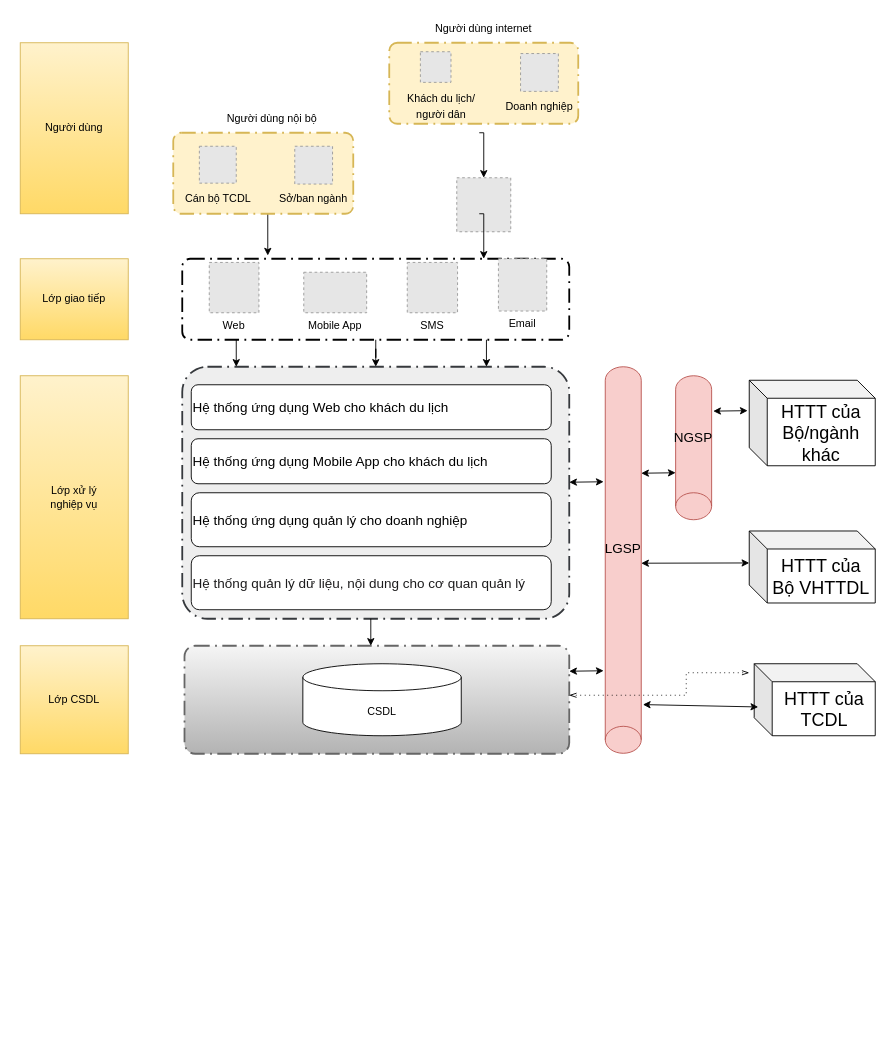
letheanh12345/Draw-io keeps this draw.io diagram as page "DU_LICH_THONG_MINH" (4 of 5) of tcdl.drawio. Above is the earlier version. Source tidied: cells renumbered, new cells numbered last; positions are measured from the earlier drawing's top-left corner, leaving out a move shared by most shapes. Both pictures are drawn from the tidied source at 90%, with x=0, y=0 at pixel (20, 15). Pictures stored in the file or linked from it are replaced by grey dashed boxes.
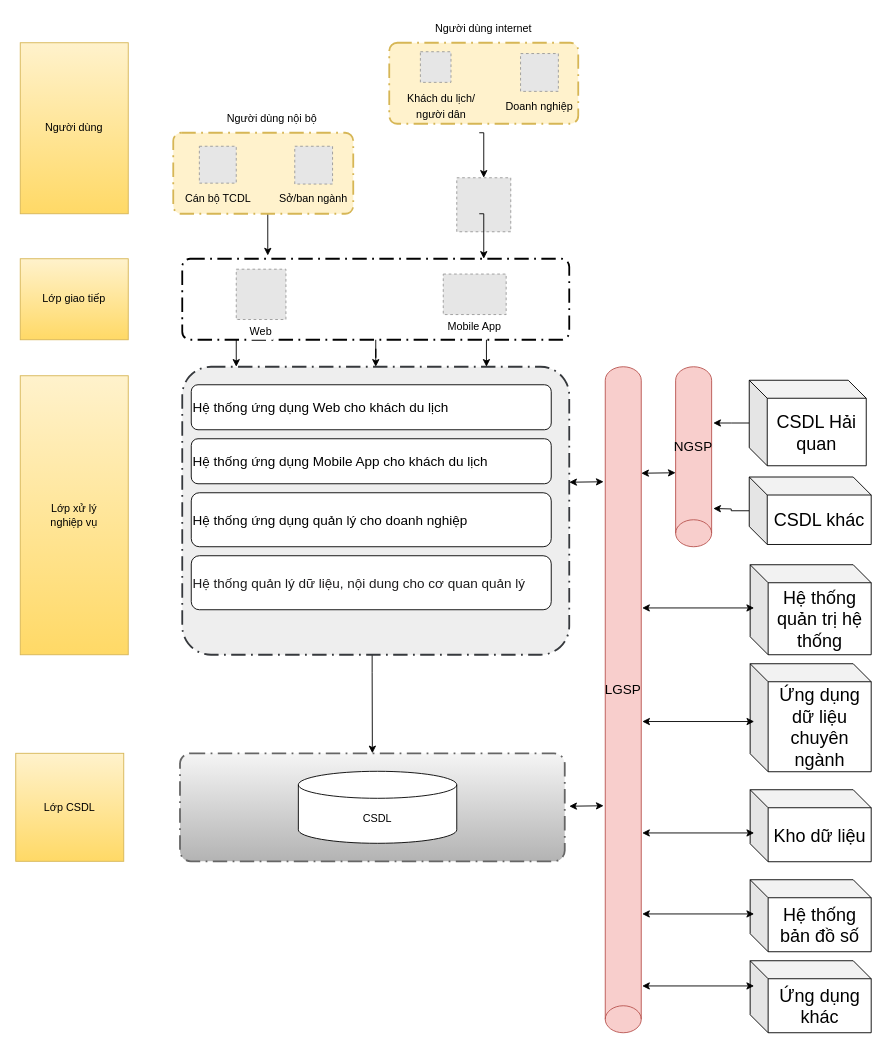
The same page after the edit.

What changed in the source:
```diff
@@
     <mxCell id="4" value="Web" style="fillColor=#E6E6E6;strokeColor=#999999;dashed=1;verticalLabelPosition=bottom;labelBackgroundColor=default;verticalAlign=top;" parent="1" vertex="1">
-      <mxGeometry x="210" y="274.1" width="55.2" height="55.9" as="geometry" />
+      <mxGeometry x="240" y="281.6" width="55.2" height="55.9" as="geometry" />
     </mxCell>
-    <mxCell id="5" value="SMS" style="fillColor=#E6E6E6;strokeColor=#999999;dashed=1;verticalLabelPosition=bottom;labelBackgroundColor=default;verticalAlign=top;" parent="1" vertex="1">
-      <mxGeometry x="430" y="274.1" width="55.9" height="55.9" as="geometry" />
-    </mxCell>
-    <mxCell id="6" value="Email" style="fillColor=#E6E6E6;strokeColor=#999999;dashed=1;verticalLabelPosition=bottom;labelBackgroundColor=default;verticalAlign=top;" parent="1" vertex="1">
-      <mxGeometry x="531.3" y="270" width="53.7" height="58.1" as="geometry" />
-    </mxCell>
@@
+    <mxCell id="50" style="edgeStyle=orthogonalEdgeStyle;rounded=0;jettySize=auto;html=1;entryX=0.5;entryY=0;entryDx=0;entryDy=0;entryPerimeter=0;" parent="1" edge="1" source="10" target="12">
+      <mxGeometry relative="1" as="geometry">
+        <Array as="points">
+          <mxPoint x="391" y="730" />
+          <mxPoint x="391" y="730" />
+        </Array>
+      </mxGeometry>
+    </mxCell>
     <mxCell id="10" style="points=[[0.25,0,0],[0.5,0,0],[0.75,0,0],[1,0.25,0],[1,0.5,0],[1,0.75,0],[0.75,1,0],[0.5,1,0],[0.25,1,0],[0,0.75,0],[0,0.5,0],[0,0.25,0]];rounded=1;arcSize=10;dashed=1;strokeColor=#36393d;fillColor=#eeeeee;dashPattern=8 3 1 3;strokeWidth=2;fontStyle=1;fontSize=20;" parent="1" vertex="1">
-      <mxGeometry x="180" y="390" width="430" height="280" as="geometry" />
+      <mxGeometry x="180" y="390" width="430" height="320" as="geometry" />
     </mxCell>
@@
     <mxCell id="12" style="points=[[0.25,0,0],[0.5,0,0],[0.75,0,0],[1,0.25,0],[1,0.5,0],[1,0.75,0],[0.75,1,0],[0.5,1,0],[0.25,1,0],[0,0.75,0],[0,0.5,0],[0,0.25,0]];rounded=1;arcSize=10;dashed=1;strokeColor=#666666;fillColor=#f5f5f5;gradientColor=#b3b3b3;dashPattern=8 3 1 3;strokeWidth=2;fontStyle=1;fontSize=20;" parent="1" vertex="1">
-      <mxGeometry x="182.5" y="700" width="427.5" height="120" as="geometry" />
+      <mxGeometry x="177.5" y="819.5" width="427.5" height="120" as="geometry" />
     </mxCell>
     <mxCell id="13" value="CSDL" style="shape=cylinder3;whiteSpace=wrap;html=1;boundedLbl=1;backgroundOutline=1;size=15;" parent="1" vertex="1">
-      <mxGeometry x="314" y="720" width="176" height="80" as="geometry" />
+      <mxGeometry x="309" y="839.5" width="176" height="80" as="geometry" />
     </mxCell>
@@
     <mxCell id="16" value="Lớp xử lý &lt;br&gt;nghiệp vụ" style="rounded=0;whiteSpace=wrap;html=1;fillColor=#fff2cc;gradientColor=#ffd966;strokeColor=#d6b656;" parent="1" vertex="1">
-      <mxGeometry y="400" width="120" height="270" as="geometry" />
+      <mxGeometry y="400" width="120" height="310" as="geometry" />
     </mxCell>
     <mxCell id="17" value="Lớp CSDL" style="rounded=0;whiteSpace=wrap;html=1;fillColor=#fff2cc;gradientColor=#ffd966;strokeColor=#d6b656;" parent="1" vertex="1">
-      <mxGeometry y="700" width="120" height="120" as="geometry" />
+      <mxGeometry x="-5" y="819.5" width="120" height="120" as="geometry" />
     </mxCell>
@@
-    <mxCell id="20" style="edgeStyle=orthogonalEdgeStyle;rounded=0;orthogonalLoop=1;jettySize=auto;html=1;entryX=0.5;entryY=0;entryDx=0;entryDy=0;entryPerimeter=0;" parent="1" edge="1">
-      <mxGeometry relative="1" as="geometry">
-        <mxPoint x="389.5" y="670" as="sourcePoint" />
-        <mxPoint x="389.5" y="700" as="targetPoint" />
-      </mxGeometry>
-    </mxCell>
@@
     <mxCell id="22" value="Mobile App" style="fillColor=#E6E6E6;strokeColor=#999999;dashed=1;verticalLabelPosition=bottom;labelBackgroundColor=default;verticalAlign=top;" parent="1" vertex="1">
-      <mxGeometry x="315" y="285" width="69.9" height="45" as="geometry" />
+      <mxGeometry x="470" y="287" width="69.9" height="45" as="geometry" />
     </mxCell>
@@
     <mxCell id="28" value="&lt;font style=&quot;font-size: 15px;&quot;&gt;LGSP&lt;/font&gt;" style="shape=cylinder3;whiteSpace=wrap;html=1;boundedLbl=1;backgroundOutline=1;size=15;direction=west;fillColor=#f8cecc;strokeColor=#b85450;" parent="1" vertex="1">
-      <mxGeometry x="650" y="390" width="40" height="429.5" as="geometry" />
+      <mxGeometry x="650" y="390" width="40" height="740" as="geometry" />
     </mxCell>
-    <mxCell id="29" value="HTTT của TCDL" style="shape=cube;whiteSpace=wrap;html=1;boundedLbl=1;backgroundOutline=1;darkOpacity=0.05;darkOpacity2=0.1;fontSize=20;" parent="1" vertex="1">
-      <mxGeometry x="815.5" y="720" width="134.5" height="80" as="geometry" />
-    </mxCell>
-    <mxCell id="30" value="HTTT của Bộ VHTTDL" style="shape=cube;whiteSpace=wrap;html=1;boundedLbl=1;backgroundOutline=1;darkOpacity=0.05;darkOpacity2=0.1;fontSize=20;" parent="1" vertex="1">
-      <mxGeometry x="810" y="572.5" width="140" height="80" as="geometry" />
-    </mxCell>
+    <mxCell id="51" style="edgeStyle=orthogonalEdgeStyle;rounded=0;jettySize=auto;html=1;" parent="1" edge="1" source="31">
+      <mxGeometry relative="1" as="geometry">
+        <mxPoint x="770" y="452.5" as="targetPoint" />
+      </mxGeometry>
+    </mxCell>
-    <mxCell id="31" value="HTTT của Bộ/ngành khác" style="shape=cube;whiteSpace=wrap;html=1;boundedLbl=1;backgroundOutline=1;darkOpacity=0.05;darkOpacity2=0.1;fontSize=20;" parent="1" vertex="1">
-      <mxGeometry x="810" y="405" width="140" height="95" as="geometry" />
+    <mxCell id="31" value="CSDL Hải quan" style="shape=cube;whiteSpace=wrap;html=1;boundedLbl=1;backgroundOutline=1;darkOpacity=0.05;darkOpacity2=0.1;fontSize=20;" parent="1" vertex="1">
+      <mxGeometry x="810" y="405" width="130" height="95" as="geometry" />
     </mxCell>
     <mxCell id="32" value="&lt;font style=&quot;font-size: 15px;&quot;&gt;NGSP&lt;/font&gt;" style="shape=cylinder3;whiteSpace=wrap;html=1;boundedLbl=1;backgroundOutline=1;size=15;direction=west;fillColor=#f8cecc;strokeColor=#b85450;" parent="1" vertex="1">
-      <mxGeometry x="728.2" y="400" width="40" height="160" as="geometry" />
+      <mxGeometry x="728.2" y="390" width="40" height="200" as="geometry" />
     </mxCell>
@@
-    <mxCell id="34" style="endArrow=classic;startArrow=classic;html=1;rounded=0;fontSize=20;exitX=-0.046;exitY=0.204;exitDx=0;exitDy=0;exitPerimeter=0;entryX=1;entryY=0.5;entryDx=0;entryDy=0;entryPerimeter=0;" parent="1" edge="1">
-      <mxGeometry relative="1" as="geometry">
-        <mxPoint x="770" y="439.3" as="sourcePoint" />
-        <mxPoint x="808.2" y="438.8" as="targetPoint" />
-      </mxGeometry>
-    </mxCell>
-    <mxCell id="35" style="endArrow=classic;startArrow=classic;html=1;rounded=0;fontSize=20;exitX=-0.046;exitY=0.204;exitDx=0;exitDy=0;exitPerimeter=0;" parent="1" edge="1">
-      <mxGeometry relative="1" as="geometry">
-        <mxPoint x="690" y="608.3" as="sourcePoint" />
-        <mxPoint x="810" y="608" as="targetPoint" />
-      </mxGeometry>
-    </mxCell>
-    <mxCell id="36" style="endArrow=classic;startArrow=classic;html=1;rounded=0;fontSize=20;exitX=-0.046;exitY=0.126;exitDx=0;exitDy=0;exitPerimeter=0;entryX=0.033;entryY=0.6;entryDx=0;entryDy=0;entryPerimeter=0;" parent="1" edge="1" source="28" target="29">
-      <mxGeometry relative="1" as="geometry" />
-    </mxCell>
-    <mxCell id="37" style="edgeStyle=elbowEdgeStyle;fontSize=12;html=1;endFill=0;startFill=0;endSize=6;startSize=6;dashed=1;dashPattern=1 4;endArrow=openThin;startArrow=openThin;rounded=0;exitX=1;exitY=0.5;exitDx=0;exitDy=0;exitPerimeter=0;" parent="1" edge="1">
-      <mxGeometry relative="1" as="geometry">
-        <mxPoint x="610" y="755" as="sourcePoint" />
-        <mxPoint x="810" y="730" as="targetPoint" />
-        <Array as="points">
-          <mxPoint x="740" y="740" />
-          <mxPoint x="638" y="1030" />
-        </Array>
-      </mxGeometry>
-    </mxCell>
@@
     <mxCell id="39" style="endArrow=classic;startArrow=classic;html=1;rounded=0;fontSize=20;exitX=-0.046;exitY=0.204;exitDx=0;exitDy=0;exitPerimeter=0;entryX=1;entryY=0.5;entryDx=0;entryDy=0;entryPerimeter=0;" parent="1" edge="1">
       <mxGeometry relative="1" as="geometry">
-        <mxPoint x="610" y="728.3" as="sourcePoint" />
-        <mxPoint x="648.2" y="727.8" as="targetPoint" />
+        <mxPoint x="610" y="878.3" as="sourcePoint" />
+        <mxPoint x="648.2" y="877.8" as="targetPoint" />
       </mxGeometry>
     </mxCell>
@@
+    <mxCell id="52" style="edgeStyle=orthogonalEdgeStyle;rounded=0;jettySize=auto;html=1;" parent="1" edge="1" source="53">
+      <mxGeometry relative="1" as="geometry">
+        <mxPoint x="770" y="547.5" as="targetPoint" />
+      </mxGeometry>
+    </mxCell>
+    <mxCell id="53" value="CSDL khác" style="shape=cube;whiteSpace=wrap;html=1;boundedLbl=1;backgroundOutline=1;darkOpacity=0.05;darkOpacity2=0.1;fontSize=20;" parent="1" vertex="1">
+      <mxGeometry x="810" y="512.5" width="135.5" height="75" as="geometry" />
+    </mxCell>
+    <mxCell id="54" value="Kho dữ liệu" style="shape=cube;whiteSpace=wrap;html=1;boundedLbl=1;backgroundOutline=1;darkOpacity=0.05;darkOpacity2=0.1;fontSize=20;" parent="1" vertex="1">
+      <mxGeometry x="811" y="860" width="134.5" height="80" as="geometry" />
+    </mxCell>
+    <mxCell id="55" style="endArrow=classic;startArrow=classic;html=1;rounded=0;fontSize=20;entryX=0.033;entryY=0.6;entryDx=0;entryDy=0;entryPerimeter=0;" parent="1" edge="1" target="54">
+      <mxGeometry relative="1" as="geometry">
+        <mxPoint x="691" y="908" as="sourcePoint" />
+      </mxGeometry>
+    </mxCell>
+    <mxCell id="56" value="Ứng dụng dữ liệu chuyên ngành" style="shape=cube;whiteSpace=wrap;html=1;boundedLbl=1;backgroundOutline=1;darkOpacity=0.05;darkOpacity2=0.1;fontSize=20;" parent="1" vertex="1">
+      <mxGeometry x="811" y="720" width="134.5" height="120" as="geometry" />
+    </mxCell>
+    <mxCell id="57" value="Hệ thống quản trị hệ thống" style="shape=cube;whiteSpace=wrap;html=1;boundedLbl=1;backgroundOutline=1;darkOpacity=0.05;darkOpacity2=0.1;fontSize=20;" parent="1" vertex="1">
+      <mxGeometry x="811" y="610" width="134.5" height="100" as="geometry" />
+    </mxCell>
+    <mxCell id="58" value="Hệ thống bản đồ số" style="shape=cube;whiteSpace=wrap;html=1;boundedLbl=1;backgroundOutline=1;darkOpacity=0.05;darkOpacity2=0.1;fontSize=20;" parent="1" vertex="1">
+      <mxGeometry x="811" y="960" width="134.5" height="80" as="geometry" />
+    </mxCell>
+    <mxCell id="59" style="endArrow=classic;startArrow=classic;html=1;rounded=0;fontSize=20;entryX=0.033;entryY=0.6;entryDx=0;entryDy=0;entryPerimeter=0;" parent="1" edge="1">
+      <mxGeometry relative="1" as="geometry">
+        <mxPoint x="691" y="998" as="sourcePoint" />
+        <mxPoint x="815.4" y="998" as="targetPoint" />
+      </mxGeometry>
+    </mxCell>
+    <mxCell id="60" style="endArrow=classic;startArrow=classic;html=1;rounded=0;fontSize=20;entryX=0.033;entryY=0.6;entryDx=0;entryDy=0;entryPerimeter=0;" parent="1" edge="1">
+      <mxGeometry relative="1" as="geometry">
+        <mxPoint x="691.1" y="784.2" as="sourcePoint" />
+        <mxPoint x="815.5" y="784.2" as="targetPoint" />
+      </mxGeometry>
+    </mxCell>
+    <mxCell id="61" style="endArrow=classic;startArrow=classic;html=1;rounded=0;fontSize=20;entryX=0.033;entryY=0.6;entryDx=0;entryDy=0;entryPerimeter=0;" parent="1" edge="1">
+      <mxGeometry relative="1" as="geometry">
+        <mxPoint x="691" y="658" as="sourcePoint" />
+        <mxPoint x="815.4" y="658" as="targetPoint" />
+      </mxGeometry>
+    </mxCell>
+    <mxCell id="62" value="Ứng dụng khác" style="shape=cube;whiteSpace=wrap;html=1;boundedLbl=1;backgroundOutline=1;darkOpacity=0.05;darkOpacity2=0.1;fontSize=20;" parent="1" vertex="1">
+      <mxGeometry x="811" y="1050" width="134.5" height="80" as="geometry" />
+    </mxCell>
+    <mxCell id="63" style="endArrow=classic;startArrow=classic;html=1;rounded=0;fontSize=20;entryX=0.033;entryY=0.6;entryDx=0;entryDy=0;entryPerimeter=0;" parent="1" edge="1">
+      <mxGeometry relative="1" as="geometry">
+        <mxPoint x="691" y="1078" as="sourcePoint" />
+        <mxPoint x="815.4" y="1078" as="targetPoint" />
+      </mxGeometry>
+    </mxCell>
```
